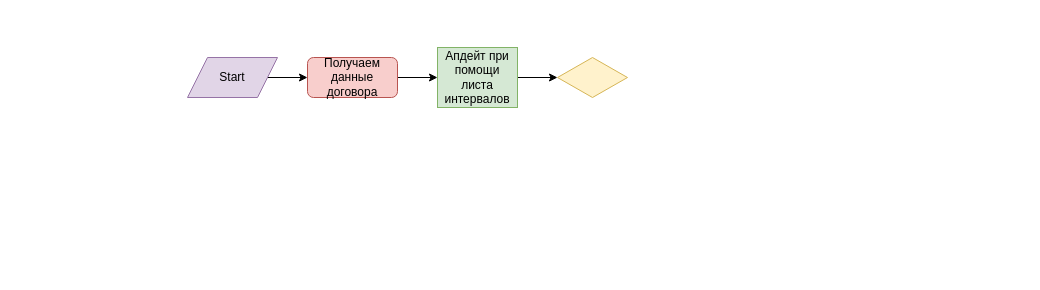
Before: Untitled Diagram.drawio in YoungValeraKarpin/newbie, a draw.io diagram. Source tidied: cells renumbered, new cells numbered last; positions are measured from the earlier drawing's top-left corner, leaving out a move shared by most shapes. Both pictures are drawn from the tidied source at 100%, with x=0, y=0 at pixel (187, 47).
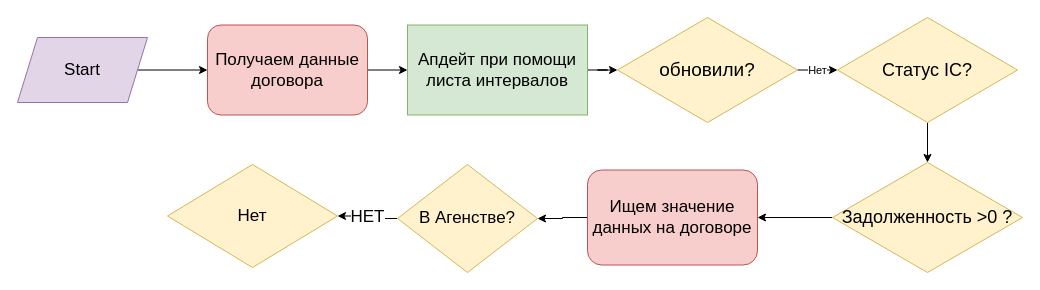
Above is the later version.

Diff of the diagram source:
```diff
@@
 <mxGraphModel>
   <root>
     <mxCell id="0" />
     <mxCell id="1" parent="0" />
     <mxCell id="2" style="edgeStyle=orthogonalEdgeStyle;rounded=0;jettySize=auto;html=1;" parent="1" edge="1" source="3" target="5">
       <mxGeometry relative="1" as="geometry" />
     </mxCell>
-    <mxCell id="3" value="Start" style="shape=parallelogram;perimeter=parallelogramPerimeter;whiteSpace=wrap;html=1;fixedSize=1;fillColor=#e1d5e7;strokeColor=#9673a6;" parent="1" vertex="1">
-      <mxGeometry y="10" width="90" height="40" as="geometry" />
+    <mxCell id="3" value="&lt;font style=&quot;font-size: 17px&quot;&gt;Start&lt;/font&gt;" style="shape=parallelogram;perimeter=parallelogramPerimeter;whiteSpace=wrap;html=1;fixedSize=1;fillColor=#e1d5e7;strokeColor=#9673a6;" parent="1" vertex="1">
+      <mxGeometry x="-170" y="-10" width="130" height="65" as="geometry" />
     </mxCell>
     <mxCell id="4" style="edgeStyle=orthogonalEdgeStyle;rounded=0;jettySize=auto;html=1;" parent="1" edge="1" source="5" target="7">
       <mxGeometry relative="1" as="geometry" />
     </mxCell>
-    <mxCell id="5" value="Получаем данные договора" style="rounded=1;whiteSpace=wrap;html=1;fillColor=#f8cecc;strokeColor=#b85450;" parent="1" vertex="1">
-      <mxGeometry x="120" y="10" width="90" height="40" as="geometry" />
+    <mxCell id="5" value="&lt;font style=&quot;font-size: 17px&quot;&gt;Получаем данные договора&lt;/font&gt;" style="rounded=1;whiteSpace=wrap;html=1;fillColor=#f8cecc;strokeColor=#b85450;" parent="1" vertex="1">
+      <mxGeometry x="20" y="-22.5" width="160" height="90" as="geometry" />
     </mxCell>
     <mxCell id="6" style="edgeStyle=orthogonalEdgeStyle;rounded=0;jettySize=auto;html=1;" parent="1" edge="1" source="7" target="8">
       <mxGeometry relative="1" as="geometry" />
     </mxCell>
-    <mxCell id="7" value="Апдейт при помощи листа интервалов" style="rounded=0;whiteSpace=wrap;html=1;fillColor=#d5e8d4;strokeColor=#82b366;" parent="1" vertex="1">
-      <mxGeometry x="250" width="80" height="60" as="geometry" />
+    <mxCell id="7" value="&lt;font style=&quot;font-size: 17px&quot;&gt;Апдейт при помощи листа интервалов&lt;/font&gt;" style="rounded=0;whiteSpace=wrap;html=1;fillColor=#d5e8d4;strokeColor=#82b366;" parent="1" vertex="1">
+      <mxGeometry x="220" y="-22.5" width="180" height="90" as="geometry" />
     </mxCell>
+    <mxCell id="9" value="Нет" style="edgeStyle=orthogonalEdgeStyle;rounded=0;jettySize=auto;html=1;" parent="1" edge="1" source="8" target="11">
+      <mxGeometry relative="1" as="geometry" />
+    </mxCell>
-    <mxCell id="8" style="rhombus;whiteSpace=wrap;html=1;fillColor=#fff2cc;strokeColor=#d6b656;" parent="1" vertex="1">
-      <mxGeometry x="370" y="10" width="70" height="40" as="geometry" />
+    <mxCell id="8" value="&lt;font style=&quot;font-size: 19px&quot;&gt;обновили?&lt;/font&gt;" style="rhombus;whiteSpace=wrap;html=1;fillColor=#fff2cc;strokeColor=#d6b656;" parent="1" vertex="1">
+      <mxGeometry x="430" y="-30" width="180" height="105" as="geometry" />
     </mxCell>
+    <mxCell id="10" style="edgeStyle=orthogonalEdgeStyle;rounded=0;jettySize=auto;html=1;" parent="1" edge="1" source="11" target="13">
+      <mxGeometry relative="1" as="geometry" />
+    </mxCell>
+    <mxCell id="11" value="&lt;font style=&quot;font-size: 18px&quot;&gt;Статус IC?&lt;/font&gt;" style="rhombus;whiteSpace=wrap;html=1;fillColor=#fff2cc;strokeColor=#d6b656;" parent="1" vertex="1">
+      <mxGeometry x="650" y="-30" width="180" height="105" as="geometry" />
+    </mxCell>
+    <mxCell id="12" style="edgeStyle=orthogonalEdgeStyle;rounded=0;jettySize=auto;html=1;" parent="1" edge="1" source="13" target="15">
+      <mxGeometry relative="1" as="geometry" />
+    </mxCell>
+    <mxCell id="13" value="&lt;font style=&quot;font-size: 18px&quot;&gt;Задолженность &amp;gt;0 ?&lt;/font&gt;" style="rhombus;whiteSpace=wrap;html=1;fillColor=#fff2cc;strokeColor=#d6b656;" parent="1" vertex="1">
+      <mxGeometry x="645" y="115" width="190" height="110" as="geometry" />
+    </mxCell>
+    <mxCell id="14" style="edgeStyle=orthogonalEdgeStyle;rounded=0;jettySize=auto;html=1;" parent="1" edge="1" source="15" target="17">
+      <mxGeometry relative="1" as="geometry" />
+    </mxCell>
+    <mxCell id="15" value="&lt;font style=&quot;font-size: 17px&quot;&gt;Ище&lt;/font&gt;&lt;font style=&quot;font-size: 17px&quot;&gt;м значение данных на договоре&lt;/font&gt;" style="rounded=1;whiteSpace=wrap;html=1;fillColor=#f8cecc;strokeColor=#b85450;" parent="1" vertex="1">
+      <mxGeometry x="400" y="122.5" width="170" height="95" as="geometry" />
+    </mxCell>
+    <mxCell id="16" value="&lt;font style=&quot;font-size: 17px&quot;&gt;НЕТ&lt;/font&gt;" style="edgeStyle=orthogonalEdgeStyle;rounded=0;jettySize=auto;html=1;" parent="1" edge="1" source="17" target="18">
+      <mxGeometry relative="1" as="geometry" />
+    </mxCell>
+    <mxCell id="17" value="&lt;font style=&quot;font-size: 17px&quot;&gt;В Агенстве?&lt;/font&gt;" style="rhombus;whiteSpace=wrap;html=1;fillColor=#fff2cc;strokeColor=#d6b656;" parent="1" vertex="1">
+      <mxGeometry x="210" y="117" width="140" height="108" as="geometry" />
+    </mxCell>
+    <mxCell id="18" value="&lt;font style=&quot;font-size: 17px&quot;&gt;Нет&lt;/font&gt;" style="rhombus;whiteSpace=wrap;html=1;fillColor=#fff2cc;strokeColor=#d6b656;" parent="1" vertex="1">
+      <mxGeometry x="-20" y="117" width="170" height="103" as="geometry" />
+    </mxCell>
   </root>
 </mxGraphModel>
```
